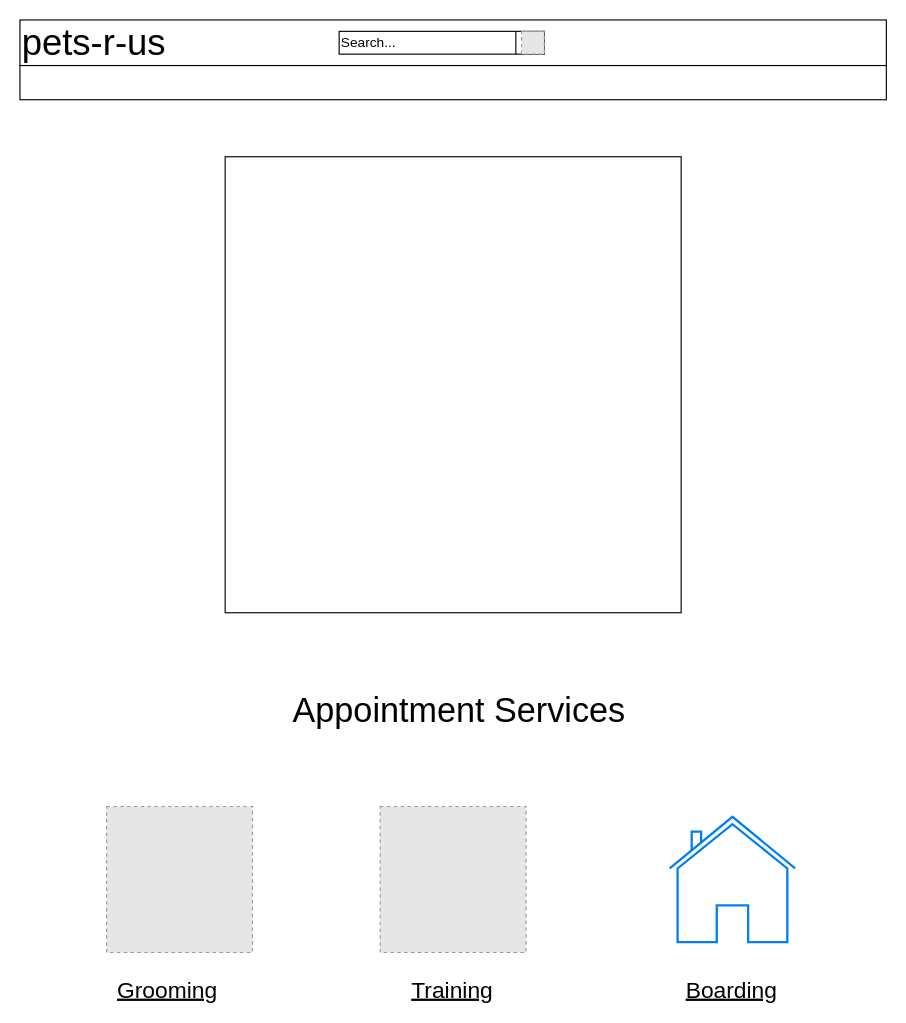
The draw.io diagram Wireframe1.drawio in joneskj55/wireframes, before the edit. Source tidied: cells renumbered, new cells numbered last; positions are measured from the earlier drawing's top-left corner, leaving out a move shared by most shapes. Both pictures are drawn from the tidied source at 114%, with x=0, y=0 at pixel (19, 19). Pictures stored in the file or linked from it are replaced by grey dashed boxes.
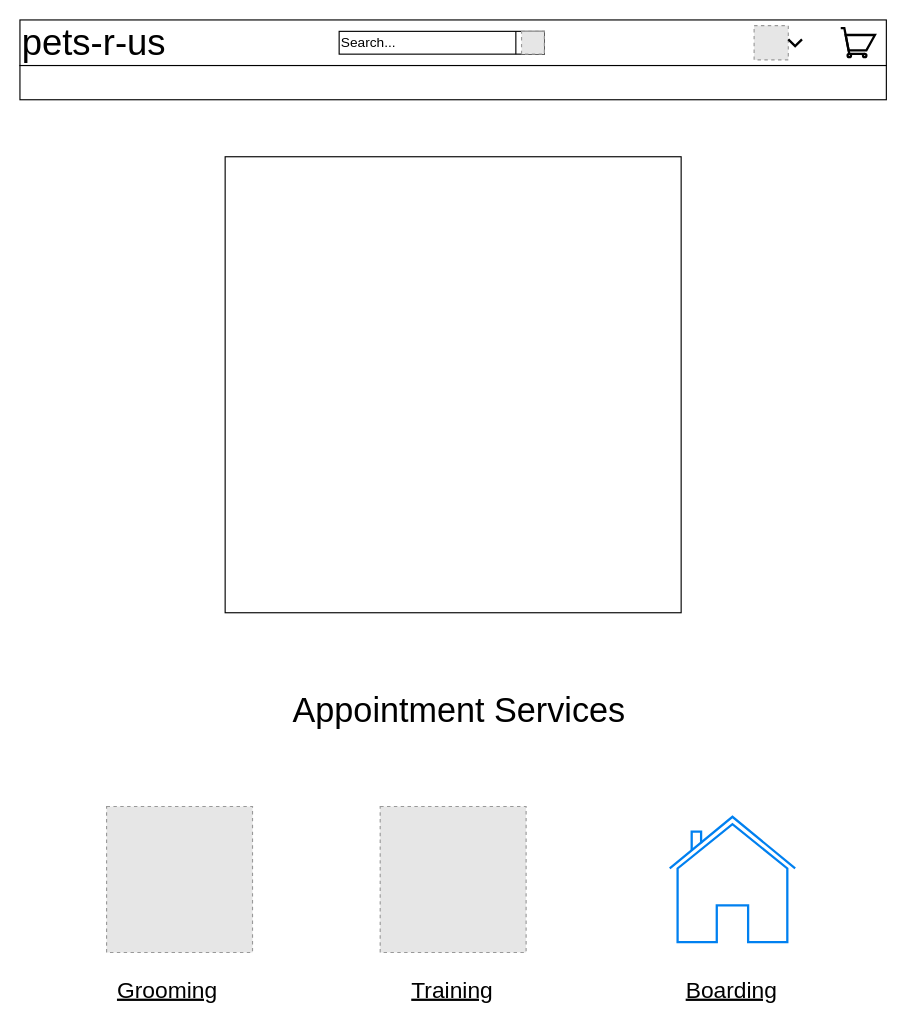
Above is the later version.

Commit message:
add shopping cart & account

The edit, as a diff of the source:
```diff
@@
 <mxGraphModel>
   <root>
     <mxCell id="0" />
     <mxCell id="1" parent="0" />
     <mxCell id="2" value="&lt;font style=&quot;font-size: 32px&quot;&gt;pets-r-us&lt;/font&gt;" style="rounded=0;whiteSpace=wrap;html=1;align=left;" parent="1" vertex="1">
       <mxGeometry width="760" height="40" as="geometry" />
     </mxCell>
     <mxCell id="3" style="rounded=0;whiteSpace=wrap;html=1;" parent="1" vertex="1">
       <mxGeometry y="40" width="760" height="30" as="geometry" />
     </mxCell>
     <mxCell id="4" style="whiteSpace=wrap;html=1;" parent="1" vertex="1">
       <mxGeometry x="180" y="120" width="400" height="400" as="geometry" />
     </mxCell>
     <mxCell id="5" style="fillColor=#E6E6E6;strokeColor=#999999;dashed=1;html=1;verticalAlign=top;verticalLabelPosition=bottom;labelBackgroundColor=#ffffff;" parent="1" vertex="1">
       <mxGeometry x="76" y="690" width="128" height="128" as="geometry" />
     </mxCell>
     <mxCell id="6" style="fillColor=#E6E6E6;strokeColor=#999999;dashed=1;html=1;verticalAlign=top;verticalLabelPosition=bottom;labelBackgroundColor=#ffffff;" parent="1" vertex="1">
       <mxGeometry x="316" y="690" width="128" height="128" as="geometry" />
     </mxCell>
     <mxCell id="7" style="html=1;verticalLabelPosition=bottom;align=center;labelBackgroundColor=#ffffff;verticalAlign=top;strokeWidth=2;strokeColor=#0080F0;shadow=0;dashed=0;shape=mxgraph.ios7.icons.home;" parent="1" vertex="1">
       <mxGeometry x="570" y="699" width="110" height="110" as="geometry" />
     </mxCell>
     <mxCell id="8" value="&lt;font style=&quot;font-size: 30px&quot;&gt;Appointment Services&lt;/font&gt;" style="text;html=1;align=center;verticalAlign=middle;" parent="1" vertex="1">
       <mxGeometry x="230" y="590" width="310" height="30" as="geometry" />
     </mxCell>
     <mxCell id="9" value="&lt;font style=&quot;font-size: 20px&quot;&gt;&lt;u&gt;Grooming&lt;/u&gt;&lt;/font&gt;" style="text;html=1;align=center;verticalAlign=middle;" parent="1" vertex="1">
       <mxGeometry x="79" y="840" width="100" height="20" as="geometry" />
     </mxCell>
     <mxCell id="10" value="&lt;font style=&quot;font-size: 20px&quot;&gt;&lt;u&gt;Training&lt;/u&gt;&lt;/font&gt;" style="text;html=1;align=center;verticalAlign=middle;" parent="1" vertex="1">
       <mxGeometry x="334" y="840" width="90" height="20" as="geometry" />
     </mxCell>
     <mxCell id="11" value="&lt;font style=&quot;font-size: 20px&quot;&gt;&lt;u&gt;Boarding&lt;/u&gt;&lt;/font&gt;" style="text;html=1;align=center;verticalAlign=middle;" parent="1" vertex="1">
       <mxGeometry x="574" y="840" width="100" height="20" as="geometry" />
     </mxCell>
     <mxCell id="12" value="Search..." style="rounded=0;whiteSpace=wrap;html=1;align=left;" parent="1" vertex="1">
       <mxGeometry x="280" y="10" width="180" height="20" as="geometry" />
     </mxCell>
     <mxCell id="13" style="fillColor=#E6E6E6;strokeColor=#999999;dashed=1;html=1;verticalAlign=top;verticalLabelPosition=bottom;labelBackgroundColor=#ffffff;" parent="1" vertex="1">
       <mxGeometry x="440" y="10" width="20" height="20" as="geometry" />
     </mxCell>
     <mxCell id="14" style="endArrow=none;html=1;" parent="1" edge="1">
       <mxGeometry relative="1" as="geometry">
         <mxPoint x="435" y="30" as="sourcePoint" />
         <mxPoint x="435" y="10" as="targetPoint" />
       </mxGeometry>
     </mxCell>
+    <mxCell id="15" style="fillColor=#E6E6E6;strokeColor=#999999;dashed=1;html=1;verticalAlign=top;verticalLabelPosition=bottom;labelBackgroundColor=#ffffff;" parent="1" vertex="1">
+      <mxGeometry x="644" y="5" width="30" height="30" as="geometry" />
+    </mxCell>
+    <mxCell id="16" style="html=1;verticalLabelPosition=bottom;align=center;labelBackgroundColor=#ffffff;verticalAlign=top;strokeWidth=2;shadow=0;dashed=0;shape=mxgraph.ios7.icons.shopping_cart;" parent="1" vertex="1">
+      <mxGeometry x="720" y="7.2" width="30" height="25.5" as="geometry" />
+    </mxCell>
+    <mxCell id="17" style="html=1;verticalLabelPosition=bottom;labelBackgroundColor=#ffffff;verticalAlign=top;shadow=0;dashed=0;strokeWidth=2;shape=mxgraph.ios7.misc.down;" parent="1" vertex="1">
+      <mxGeometry x="674" y="17" width="12" height="6" as="geometry" />
+    </mxCell>
   </root>
 </mxGraphModel>
```
